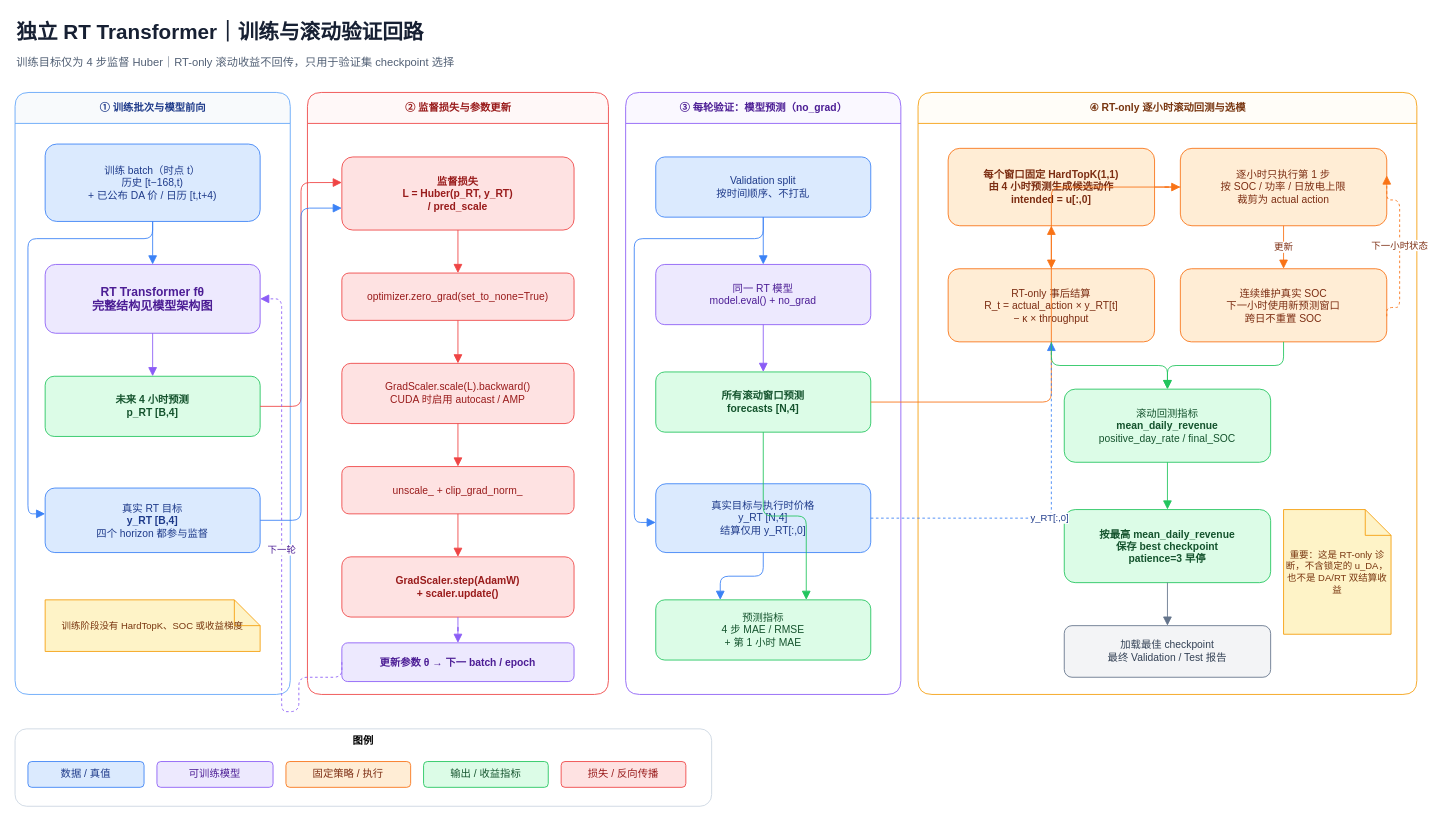
The draw.io diagram docs/rt_training_loop.drawio in lwowlwowl/electricity-price-forecasting, before the edit. Source tidied: cells renumbered, new cells numbered last; positions are measured from the earlier drawing's top-left corner, leaving out a move shared by most shapes. Both pictures are drawn from the tidied source at 86%, with x=0, y=0 at pixel (15, 15).
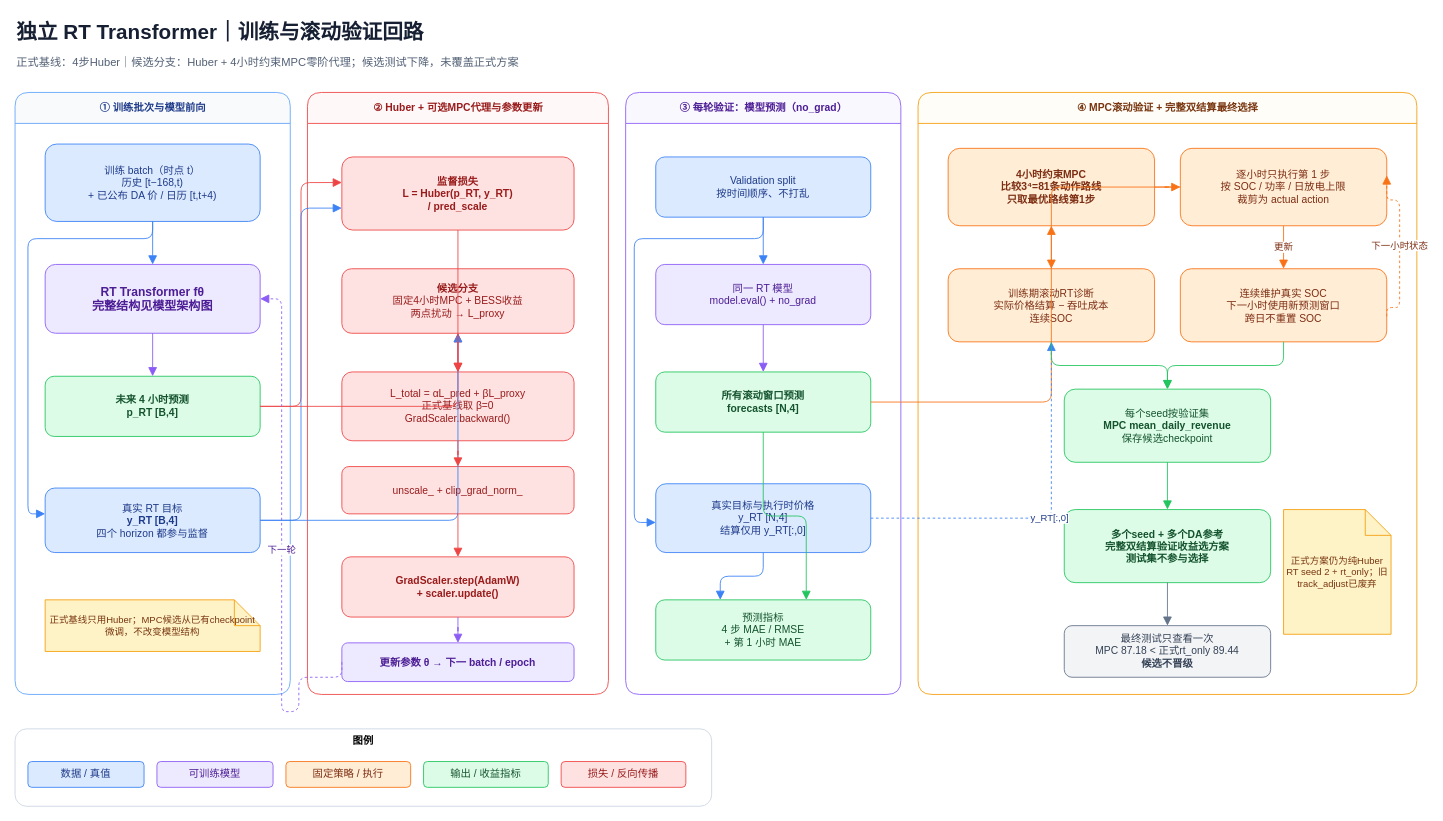
The same diagram, later.

Unchanged cells that the change refers to:
```xml
<mxCell id="4" value="① 训练批次与模型前向" style="swimlane;html=1;rounded=1;startSize=36;horizontal=1;fillColor=#F8FAFC;strokeColor=#60A5FA;fontColor=#1E3A8A;fontStyle=1;" parent="1" vertex="1">
  <mxGeometry y="90" width="320" height="700" as="geometry" />
</mxCell>
<mxCell id="10" value="未来 4 小时预测&#10;&lt;b&gt;p_RT [B,4]&lt;/b&gt;" style="rounded=1;whiteSpace=wrap;html=1;fillColor=#DCFCE7;strokeColor=#22C55E;fontColor=#14532D;fontStyle=1;" parent="4" vertex="1">
  <mxGeometry x="35" y="330" width="250" height="70" as="geometry" />
</mxCell>
<mxCell id="11" value="真实 RT 目标&#10;&lt;b&gt;y_RT [B,4]&lt;/b&gt;&#10;四个 horizon 都参与监督" style="rounded=1;whiteSpace=wrap;html=1;fillColor=#DBEAFE;strokeColor=#3B82F6;fontColor=#1E3A8A;" parent="4" vertex="1">
  <mxGeometry x="35" y="460" width="250" height="75" as="geometry" />
</mxCell>
<mxCell id="13" value="&lt;b&gt;监督损失&lt;/b&gt;&#10;L = Huber(p_RT, y_RT)&#10;/ pred_scale" style="rounded=1;whiteSpace=wrap;html=1;fillColor=#FEE2E2;strokeColor=#EF4444;fontColor=#991B1B;fontStyle=1;" parent="5" vertex="1">
  <mxGeometry x="40" y="75" width="270" height="85" as="geometry" />
</mxCell>
```

Diff of the diagram source:
```diff
@@
-    <mxCell id="3" value="训练目标仅为 4 步监督 Huber｜RT-only 滚动收益不回传，只用于验证集 checkpoint 选择" style="text;html=1;strokeColor=none;fillColor=none;align=left;verticalAlign=middle;fontSize=13;fontColor=#526075;" parent="1" vertex="1">
-      <mxGeometry y="40" width="1300" height="30" as="geometry" />
+    <mxCell id="3" value="正式基线：4步Huber｜候选分支：Huber + 4小时约束MPC零阶代理；候选测试下降，未覆盖正式方案" style="text;html=1;strokeColor=none;fillColor=none;align=left;verticalAlign=middle;fontSize=13;fontColor=#526075;" parent="1" vertex="1">
+      <mxGeometry y="40" width="1450" height="30" as="geometry" />
     </mxCell>
@@
-    <mxCell id="5" value="② 监督损失与参数更新" style="swimlane;html=1;rounded=1;startSize=36;horizontal=1;fillColor=#FFF8F8;strokeColor=#EF4444;fontColor=#991B1B;fontStyle=1;" parent="1" vertex="1">
+    <mxCell id="5" value="② Huber + 可选MPC代理与参数更新" style="swimlane;html=1;rounded=1;startSize=36;horizontal=1;fillColor=#FFF8F8;strokeColor=#EF4444;fontColor=#991B1B;fontStyle=1;" parent="1" vertex="1">
       <mxGeometry x="340" y="90" width="350" height="700" as="geometry" />
     </mxCell>
@@
-    <mxCell id="7" value="④ RT-only 逐小时滚动回测与选模" style="swimlane;html=1;rounded=1;startSize=36;horizontal=1;fillColor=#FFFDF8;strokeColor=#F59E0B;fontColor=#78350F;fontStyle=1;" parent="1" vertex="1">
+    <mxCell id="7" value="④ MPC滚动验证 + 完整双结算最终选择" style="swimlane;html=1;rounded=1;startSize=36;horizontal=1;fillColor=#FFFDF8;strokeColor=#F59E0B;fontColor=#78350F;fontStyle=1;" parent="1" vertex="1">
       <mxGeometry x="1050" y="90" width="580" height="700" as="geometry" />
     </mxCell>
@@
-    <mxCell id="12" value="训练阶段没有 HardTopK、SOC 或收益梯度" style="shape=note;whiteSpace=wrap;html=1;fillColor=#FEF3C7;strokeColor=#F59E0B;fontColor=#78350F;fontSize=11;" parent="4" vertex="1">
+    <mxCell id="12" value="正式基线只用Huber；MPC候选从已有checkpoint微调，不改变模型结构" style="shape=note;whiteSpace=wrap;html=1;fillColor=#FEF3C7;strokeColor=#F59E0B;fontColor=#78350F;fontSize=11;" parent="4" vertex="1">
       <mxGeometry x="35" y="590" width="250" height="60" as="geometry" />
     </mxCell>
@@
-    <mxCell id="14" value="optimizer.zero_grad(set_to_none=True)" style="rounded=1;whiteSpace=wrap;html=1;fillColor=#FEE2E2;strokeColor=#EF4444;fontColor=#991B1B;" parent="5" vertex="1">
-      <mxGeometry x="40" y="210" width="270" height="55" as="geometry" />
+    <mxCell id="14" value="&lt;b&gt;候选分支&lt;/b&gt;&#10;固定4小时MPC + BESS收益&#10;两点扰动 → L_proxy" style="rounded=1;whiteSpace=wrap;html=1;fillColor=#FEE2E2;strokeColor=#EF4444;fontColor=#991B1B;" parent="5" vertex="1">
+      <mxGeometry x="40" y="205" width="270" height="75" as="geometry" />
     </mxCell>
-    <mxCell id="15" value="GradScaler.scale(L).backward()&#10;CUDA 时启用 autocast / AMP" style="rounded=1;whiteSpace=wrap;html=1;fillColor=#FEE2E2;strokeColor=#EF4444;fontColor=#991B1B;" parent="5" vertex="1">
-      <mxGeometry x="40" y="315" width="270" height="70" as="geometry" />
+    <mxCell id="15" value="L_total = αL_pred + βL_proxy&#10;正式基线取 β=0&#10;GradScaler.backward()" style="rounded=1;whiteSpace=wrap;html=1;fillColor=#FEE2E2;strokeColor=#EF4444;fontColor=#991B1B;" parent="5" vertex="1">
+      <mxGeometry x="40" y="325" width="270" height="80" as="geometry" />
     </mxCell>
@@
-    <mxCell id="24" value="每个窗口固定 HardTopK(1,1)&#10;由 4 小时预测生成候选动作&#10;&lt;b&gt;intended = u[:,0]&lt;/b&gt;" style="rounded=1;whiteSpace=wrap;html=1;fillColor=#FFEDD5;strokeColor=#F97316;fontColor=#7C2D12;fontStyle=1;" parent="7" vertex="1">
+    <mxCell id="24" value="4小时约束MPC&#10;比较3⁴=81条动作路线&#10;&lt;b&gt;只取最优路线第1步&lt;/b&gt;" style="rounded=1;whiteSpace=wrap;html=1;fillColor=#FFEDD5;strokeColor=#F97316;fontColor=#7C2D12;fontStyle=1;" parent="7" vertex="1">
       <mxGeometry x="35" y="65" width="240" height="90" as="geometry" />
     </mxCell>
@@
-    <mxCell id="27" value="RT-only 事后结算&#10;R_t = actual_action × y_RT[t]&#10;− κ × throughput" style="rounded=1;whiteSpace=wrap;html=1;fillColor=#FFEDD5;strokeColor=#F97316;fontColor=#7C2D12;" parent="7" vertex="1">
+    <mxCell id="27" value="训练期滚动RT诊断&#10;实际价格结算 − 吞吐成本&#10;连续SOC" style="rounded=1;whiteSpace=wrap;html=1;fillColor=#FFEDD5;strokeColor=#F97316;fontColor=#7C2D12;" parent="7" vertex="1">
       <mxGeometry x="35" y="205" width="240" height="85" as="geometry" />
     </mxCell>
-    <mxCell id="28" value="滚动回测指标&#10;&lt;b&gt;mean_daily_revenue&lt;/b&gt;&#10;positive_day_rate / final_SOC" style="rounded=1;whiteSpace=wrap;html=1;fillColor=#DCFCE7;strokeColor=#22C55E;fontColor=#14532D;" parent="7" vertex="1">
+    <mxCell id="28" value="每个seed按验证集&#10;&lt;b&gt;MPC mean_daily_revenue&lt;/b&gt;&#10;保存候选checkpoint" style="rounded=1;whiteSpace=wrap;html=1;fillColor=#DCFCE7;strokeColor=#22C55E;fontColor=#14532D;" parent="7" vertex="1">
       <mxGeometry x="170" y="345" width="240" height="85" as="geometry" />
     </mxCell>
-    <mxCell id="29" value="按最高 mean_daily_revenue&#10;保存 best checkpoint&#10;patience=3 早停" style="rounded=1;whiteSpace=wrap;html=1;fillColor=#DCFCE7;strokeColor=#22C55E;fontColor=#14532D;fontStyle=1;" parent="7" vertex="1">
+    <mxCell id="29" value="多个seed + 多个DA参考&#10;完整双结算验证收益选方案&#10;测试集不参与选择" style="rounded=1;whiteSpace=wrap;html=1;fillColor=#DCFCE7;strokeColor=#22C55E;fontColor=#14532D;fontStyle=1;" parent="7" vertex="1">
       <mxGeometry x="170" y="485" width="240" height="85" as="geometry" />
     </mxCell>
-    <mxCell id="30" value="加载最佳 checkpoint&#10;最终 Validation / Test 报告" style="rounded=1;whiteSpace=wrap;html=1;fillColor=#F3F4F6;strokeColor=#64748B;fontColor=#334155;" parent="7" vertex="1">
+    <mxCell id="30" value="最终测试只查看一次&#10;MPC 87.18 &lt; 正式rt_only 89.44&#10;&lt;b&gt;候选不晋级&lt;/b&gt;" style="rounded=1;whiteSpace=wrap;html=1;fillColor=#F3F4F6;strokeColor=#64748B;fontColor=#334155;" parent="7" vertex="1">
       <mxGeometry x="170" y="620" width="240" height="60" as="geometry" />
     </mxCell>
-    <mxCell id="31" value="重要：这是 RT-only 诊断，不含锁定的 u_DA，也不是 DA/RT 双结算收益" style="shape=note;whiteSpace=wrap;html=1;fillColor=#FEF3C7;strokeColor=#F59E0B;fontColor=#78350F;fontSize=11;" parent="7" vertex="1">
+    <mxCell id="31" value="正式方案仍为纯Huber RT seed 2 + rt_only；旧track_adjust已废弃" style="shape=note;whiteSpace=wrap;html=1;fillColor=#FEF3C7;strokeColor=#F59E0B;fontColor=#78350F;fontSize=11;" parent="7" vertex="1">
       <mxGeometry x="425" y="485" width="125" height="145" as="geometry" />
     </mxCell>
@@
-    <mxCell id="37" style="edgeStyle=orthogonalEdgeStyle;rounded=1;jettySize=auto;html=1;endArrow=block;endSize=8;strokeColor=#EF4444;" parent="1" edge="1" source="13" target="14">
+    <mxCell id="37" style="edgeStyle=orthogonalEdgeStyle;rounded=1;jettySize=auto;html=1;endArrow=block;endSize=8;strokeColor=#EF4444;" parent="1" edge="1" source="10" target="14">
       <mxGeometry relative="1" as="geometry" />
     </mxCell>
+    <mxCell id="64" style="edgeStyle=orthogonalEdgeStyle;rounded=1;jettySize=auto;html=1;endArrow=block;endSize=8;strokeColor=#3B82F6;" parent="1" edge="1" source="11" target="14">
+      <mxGeometry relative="1" as="geometry" />
+    </mxCell>
+    <mxCell id="65" style="edgeStyle=orthogonalEdgeStyle;rounded=1;jettySize=auto;html=1;endArrow=block;endSize=8;strokeColor=#EF4444;" parent="1" edge="1" source="13" target="15">
+      <mxGeometry relative="1" as="geometry" />
+    </mxCell>
```
